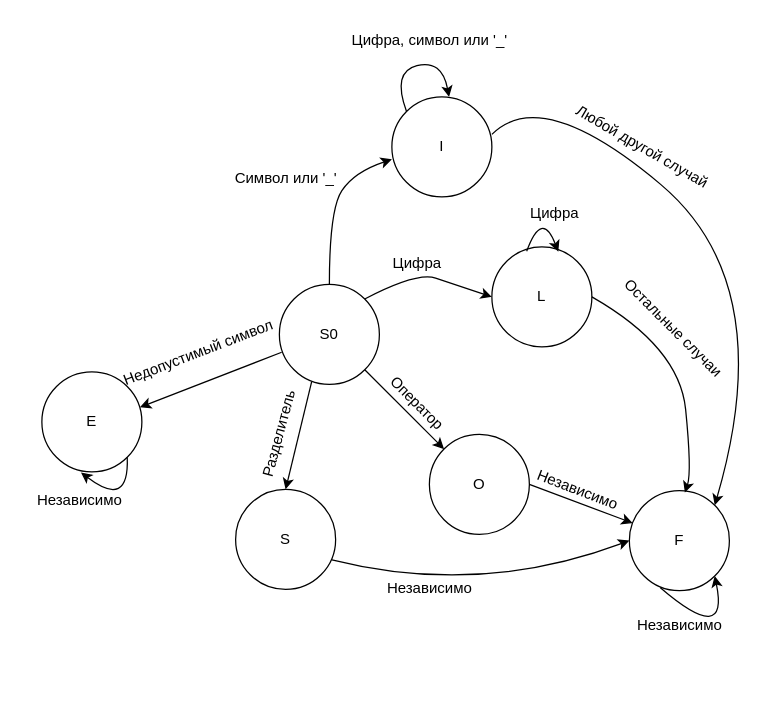
Pocobeer/Course-2 keeps this draw.io diagram as ООП/курсаччч/Диаграмма дка.drawio. Above is the earlier version. Source tidied: cells renumbered, new cells numbered last; positions are measured from the earlier drawing's top-left corner, leaving out a move shared by most shapes. Both pictures are drawn from the tidied source at 125%, with x=0, y=0 at pixel (22, 21).
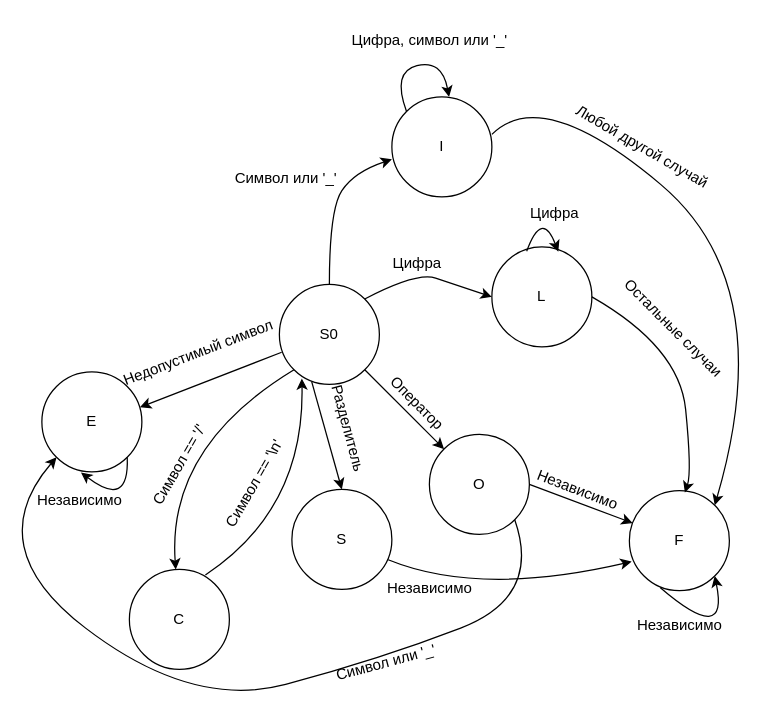
Above is the later version.

The change refers to these unchanged cells:
```xml
<mxCell id="2" value="S0" style="ellipse;whiteSpace=wrap;html=1;" parent="1" vertex="1">
  <mxGeometry x="205" y="210" width="80" height="80" as="geometry" />
</mxCell>
<mxCell id="5" value="O" style="ellipse;whiteSpace=wrap;html=1;" parent="1" vertex="1">
  <mxGeometry x="325" y="330" width="80" height="80" as="geometry" />
</mxCell>
<mxCell id="7" value="E" style="ellipse;whiteSpace=wrap;html=1;" parent="1" vertex="1">
  <mxGeometry x="15" y="280" width="80" height="80" as="geometry" />
</mxCell>
<mxCell id="8" value="F" style="ellipse;whiteSpace=wrap;html=1;" parent="1" vertex="1">
  <mxGeometry x="485" y="375" width="80" height="80" as="geometry" />
</mxCell>
```

The edit, as a diff of the source:
```diff
@@
     <mxCell id="6" value="S" style="ellipse;whiteSpace=wrap;html=1;" parent="1" vertex="1">
-      <mxGeometry x="170" y="374" width="80" height="80" as="geometry" />
+      <mxGeometry x="215" y="374" width="80" height="80" as="geometry" />
     </mxCell>
@@
-    <mxCell id="16" value="Разделитель" style="text;html=1;align=center;verticalAlign=middle;strokeColor=none;fillColor=none;rotation=-75;" parent="1" vertex="1">
-      <mxGeometry x="160" y="315" width="90" height="30" as="geometry" />
+    <mxCell id="16" value="Разделитель" style="text;html=1;align=center;verticalAlign=middle;strokeColor=none;fillColor=none;rotation=75;" parent="1" vertex="1">
+      <mxGeometry x="215" y="310" width="90" height="30" as="geometry" />
     </mxCell>
@@
-    <mxCell id="29" style="endArrow=classic;html=1;rounded=0;entryX=0;entryY=0.5;entryDx=0;entryDy=0;exitX=0.963;exitY=0.704;exitDx=0;exitDy=0;curved=1;exitPerimeter=0;" parent="1" edge="1" source="6" target="8">
+    <mxCell id="29" style="endArrow=classic;html=1;rounded=0;entryX=0.022;entryY=0.71;entryDx=0;entryDy=0;exitX=0.963;exitY=0.704;exitDx=0;exitDy=0;curved=1;exitPerimeter=0;entryPerimeter=0;" parent="1" edge="1" source="6" target="8">
       <mxGeometry relative="1" as="geometry">
         <Array as="points">
           <mxPoint x="365" y="460" />
         </Array>
       </mxGeometry>
     </mxCell>
@@
+    <mxCell id="35" value="С" style="ellipse;whiteSpace=wrap;html=1;" parent="1" vertex="1">
+      <mxGeometry x="85" y="438" width="80" height="80" as="geometry" />
+    </mxCell>
+    <mxCell id="36" style="endArrow=classic;html=1;rounded=0;exitX=0;exitY=1;exitDx=0;exitDy=0;curved=1;" parent="1" edge="1" source="2" target="35">
+      <mxGeometry relative="1" as="geometry">
+        <Array as="points">
+          <mxPoint x="115" y="340" />
+        </Array>
+      </mxGeometry>
+    </mxCell>
+    <mxCell id="37" value="Символ == '/'" style="text;html=1;align=center;verticalAlign=middle;strokeColor=none;fillColor=none;rotation=-60;" parent="1" vertex="1">
+      <mxGeometry x="75" y="340" width="100" height="30" as="geometry" />
+    </mxCell>
+    <mxCell id="38" style="endArrow=classic;html=1;rounded=0;exitX=0.76;exitY=0.056;exitDx=0;exitDy=0;curved=1;exitPerimeter=0;entryX=0.225;entryY=0.942;entryDx=0;entryDy=0;entryPerimeter=0;" parent="1" edge="1" source="35" target="2">
+      <mxGeometry relative="1" as="geometry">
+        <Array as="points">
+          <mxPoint x="225" y="390" />
+        </Array>
+      </mxGeometry>
+    </mxCell>
+    <mxCell id="39" value="Символ == '\n'" style="text;html=1;align=center;verticalAlign=middle;strokeColor=none;fillColor=none;rotation=-60;" parent="1" vertex="1">
+      <mxGeometry x="135" y="355" width="100" height="30" as="geometry" />
+    </mxCell>
+    <mxCell id="40" style="endArrow=classic;html=1;rounded=0;exitX=1;exitY=1;exitDx=0;exitDy=0;curved=1;entryX=0;entryY=1;entryDx=0;entryDy=0;" parent="1" edge="1" source="5" target="7">
+      <mxGeometry relative="1" as="geometry">
+        <Array as="points">
+          <mxPoint x="415" y="460" />
+          <mxPoint x="285" y="510" />
+          <mxPoint x="135" y="550" />
+          <mxPoint x="-35" y="420" />
+        </Array>
+      </mxGeometry>
+    </mxCell>
+    <mxCell id="41" value="Cимвол или '_'" style="text;html=1;align=center;verticalAlign=middle;strokeColor=none;fillColor=none;rotation=-15;" parent="1" vertex="1">
+      <mxGeometry x="235" y="498" width="110" height="30" as="geometry" />
+    </mxCell>
```
